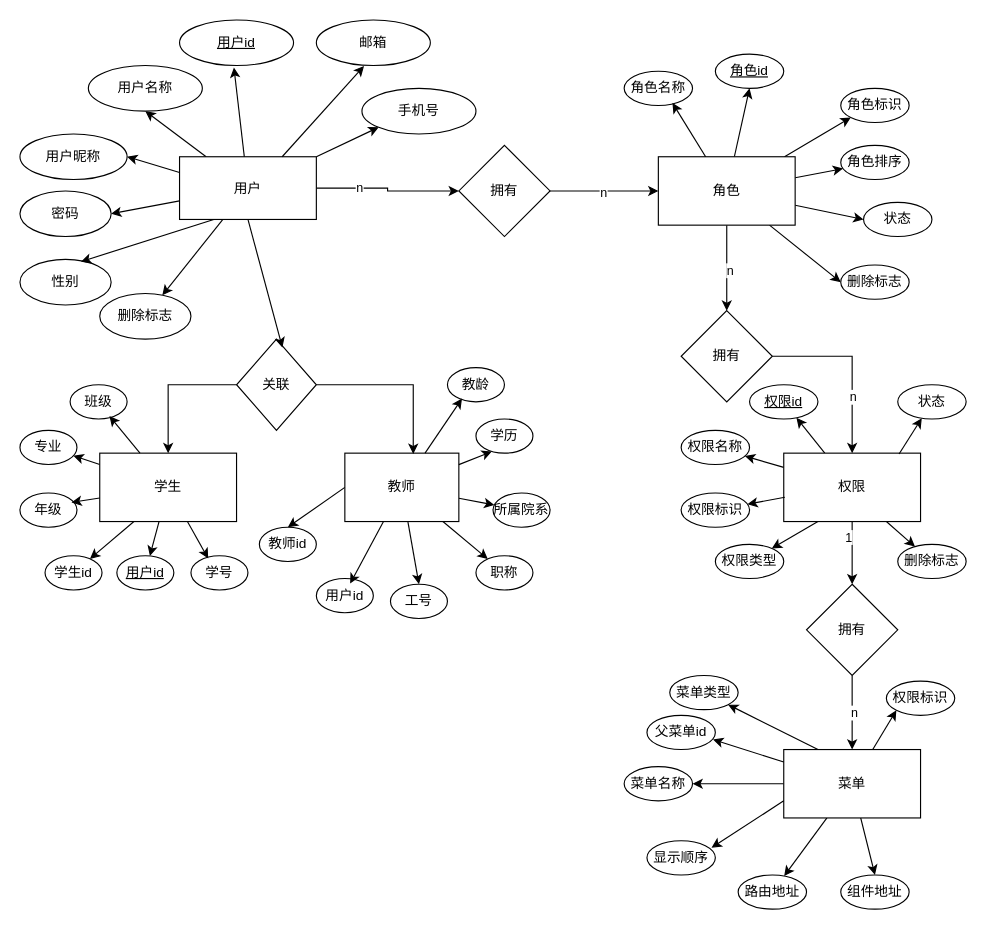
The draw.io diagram 未命名绘图.drawio in ytrLove/text_repo, before the edit. Source tidied: cells renumbered, new cells numbered last; positions are measured from the earlier drawing's top-left corner, leaving out a move shared by most shapes. Both pictures are drawn from the tidied source at 114%, with x=0, y=0 at pixel (19, 19).
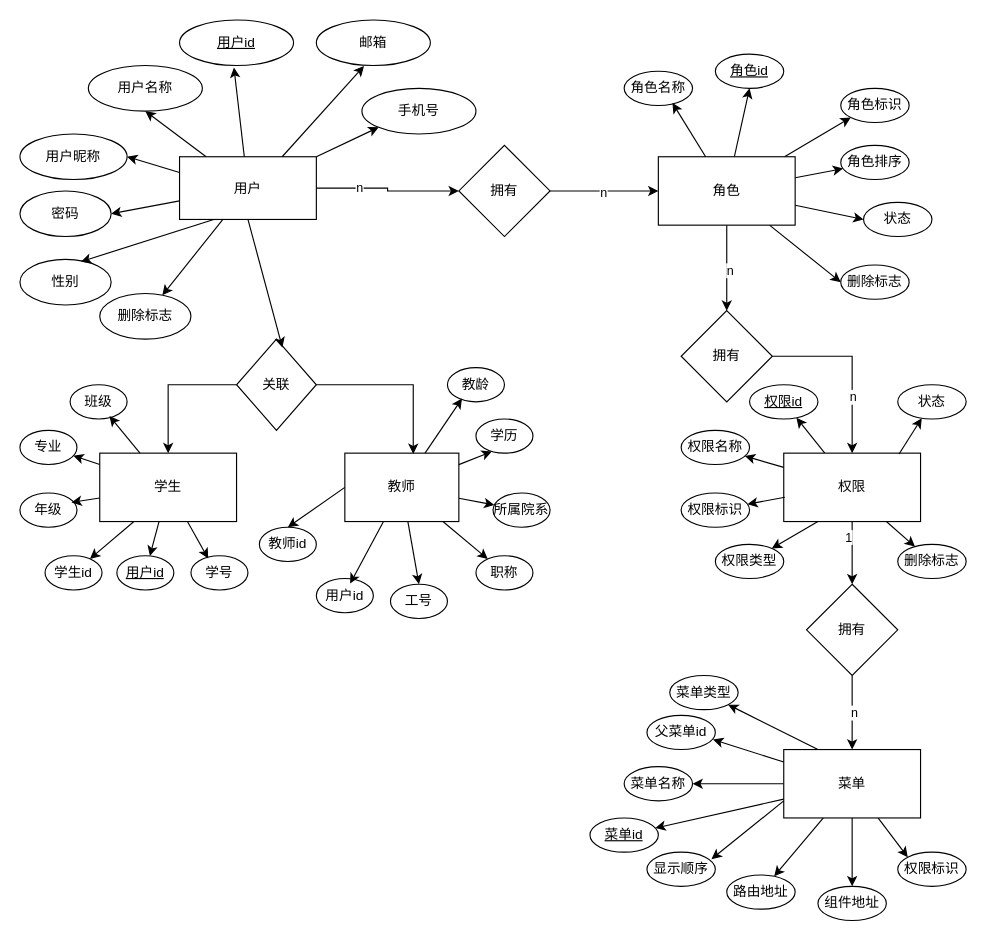
The same page after the edit.

Unchanged cells that the change refers to:
```xml
<mxCell id="37" value="菜单" style="rounded=0;whiteSpace=wrap;html=1;" parent="1" vertex="1">
  <mxGeometry x="670" y="640" width="120" height="60" as="geometry" />
</mxCell>
```

Diff of the diagram source:
```diff
@@
-    <mxCell id="36" style="edgeStyle=none;rounded=0;jettySize=auto;html=1;entryX=0;entryY=1;entryDx=0;entryDy=0;" parent="1" edge="1" source="37" target="108">
+    <mxCell id="36" style="edgeStyle=none;rounded=0;jettySize=auto;html=1;entryX=0;entryY=0;entryDx=0;entryDy=0;" parent="1" edge="1" source="37" target="108">
       <mxGeometry relative="1" as="geometry" />
     </mxCell>
+    <mxCell id="109" style="edgeStyle=none;rounded=0;jettySize=auto;html=1;" parent="1" edge="1" source="37" target="110">
+      <mxGeometry relative="1" as="geometry" />
+    </mxCell>
@@
     <mxCell id="103" value="显示顺序" style="ellipse;whiteSpace=wrap;html=1;align=center;" parent="1" vertex="1">
-      <mxGeometry x="550" y="720" width="60" height="30" as="geometry" />
+      <mxGeometry x="550" y="730" width="60" height="30" as="geometry" />
     </mxCell>
     <mxCell id="104" value="路由地址" style="ellipse;whiteSpace=wrap;html=1;align=center;" parent="1" vertex="1">
-      <mxGeometry x="630" y="750" width="60" height="30" as="geometry" />
+      <mxGeometry x="620" y="750" width="60" height="30" as="geometry" />
     </mxCell>
@@
     <mxCell id="106" value="组件地址" style="ellipse;whiteSpace=wrap;html=1;align=center;" parent="1" vertex="1">
-      <mxGeometry x="720" y="750" width="60" height="30" as="geometry" />
+      <mxGeometry x="700" y="760" width="60" height="30" as="geometry" />
     </mxCell>
@@
     <mxCell id="108" value="权限标识" style="ellipse;whiteSpace=wrap;html=1;align=center;" parent="1" vertex="1">
-      <mxGeometry x="760" y="580" width="60" height="30" as="geometry" />
+      <mxGeometry x="770" y="730" width="60" height="30" as="geometry" />
     </mxCell>
+    <mxCell id="110" value="菜单id" style="ellipse;whiteSpace=wrap;html=1;align=center;fontStyle=4;" parent="1" vertex="1">
+      <mxGeometry x="500" y="700" width="60" height="30" as="geometry" />
+    </mxCell>
```
